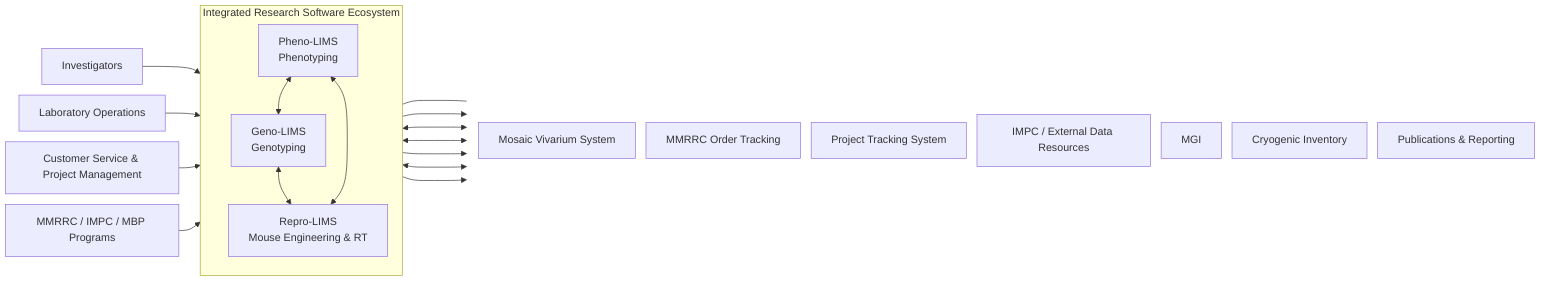
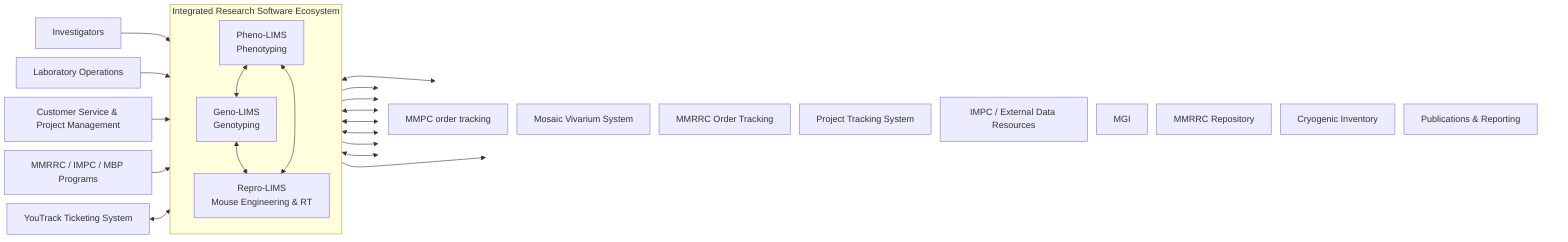

%%{init: {"flowchart": {"nodeSpacing": 16, "rankSpacing": 32}} }%%
flowchart LR

%% Users
    Investigators[Investigators]
    Operations[Laboratory Operations]
    CustomerService[Customer Service & Project Management]
    Consortium[MMRRC / IMPC / MBP Programs]
+     YouTrack[YouTrack Ticketing System]

%% Core systems
    subgraph Core["Integrated Research Software Ecosystem"]
        direction TB
        Pheno[Pheno-LIMS\nPhenotyping]
        Geno[Geno-LIMS\nGenotyping]
        Repro[Repro-LIMS\nMouse Engineering & RT]
    end

%% External systems
    subgraph External[" "]
        direction TB
+         MMPCOrders[MMPC order tracking]
        Mosaic[Mosaic Vivarium System]
        OTS[MMRRC Order Tracking]
        PTS[Project Tracking System]
        DCC[IMPC / External Data Resources]
        MGI[MGI]
+         MMRRCRepository[MMRRC Repository]
        Cryo[Cryogenic Inventory]
        Publications[Publications & Reporting]
    end

%% User interactions
    Investigators --> Core
    Operations --> Core
    CustomerService --> Core
    Consortium --> Core
+     YouTrack <--> Core

%% Internal interactions
    Pheno <--> Geno
    Geno <--> Repro
    Repro <--> Pheno

%% External integrations
+     Core <--> MMPCOrders
    Core <--> Mosaic
    Core <--> OTS
    Core --> PTS
    Core <--> DCC
-     Repro <---- MGI
+     Repro <---> MGI
+     Repro --> MMRRCRepository
    Repro --> Cryo
    Core --> Publications

    style External fill:none,stroke:none
